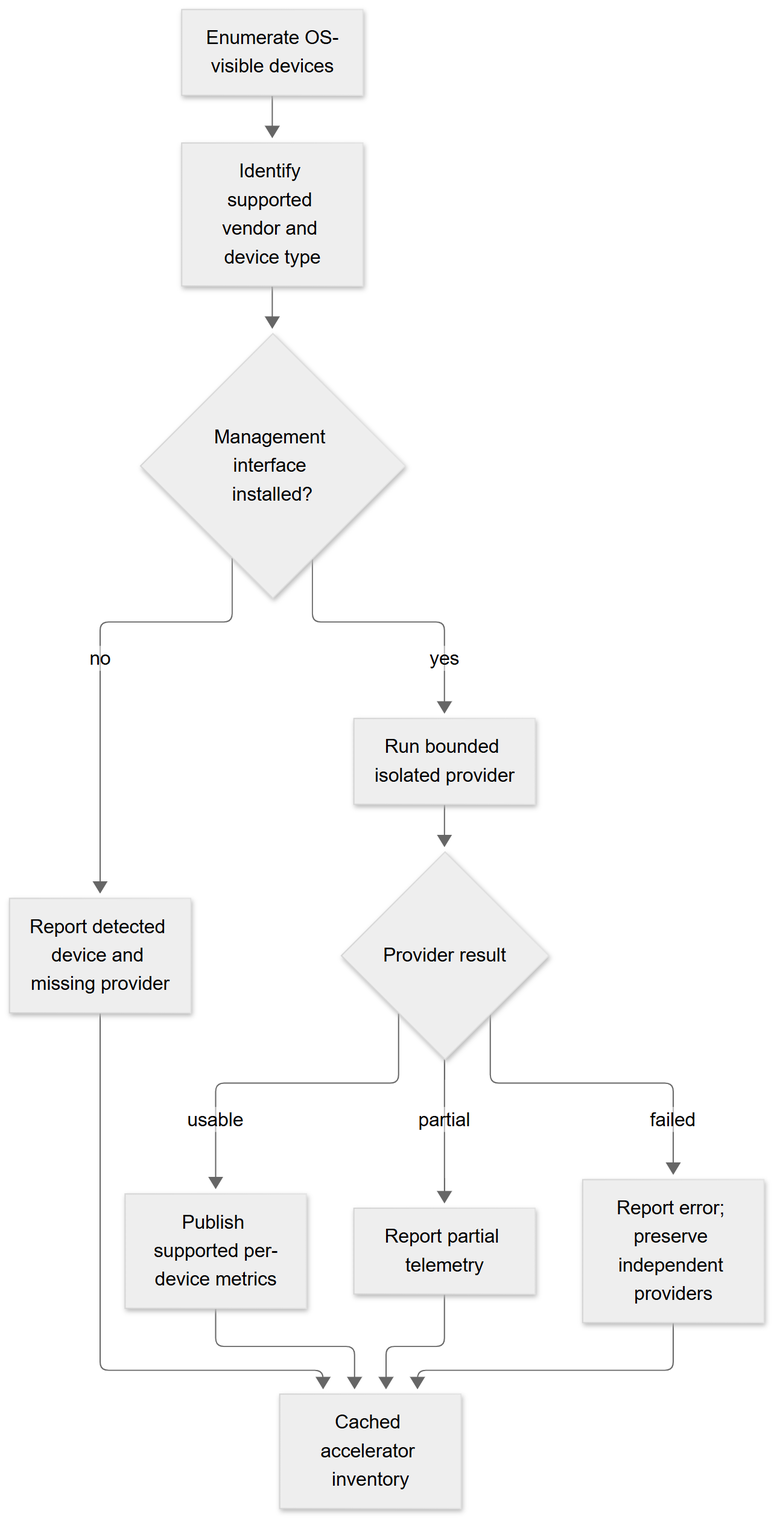
The Mermaid diagram docs/assets/diagrams/accelerator-discovery.png in smuniharish/resourcera, before a commit. Its source is kept beside it as diagrams/accelerator-discovery.mmd. Its diagram source:
```mermaid
flowchart TD
    scan["Enumerate OS-visible devices"] --> identity["Identify supported vendor and device type"]
    identity --> interface{"Management interface installed?"}
    interface -- no --> missing["Report detected device and missing provider"]
    interface -- yes --> child["Run bounded isolated provider"]
    child --> result{"Provider result"}
    result -- usable --> telemetry["Publish supported per-device metrics"]
    result -- partial --> partial["Report partial telemetry"]
    result -- failed --> failed["Report error; preserve independent providers"]
    missing --> snapshot["Cached accelerator inventory"]
    telemetry --> snapshot
    partial --> snapshot
    failed --> snapshot
```
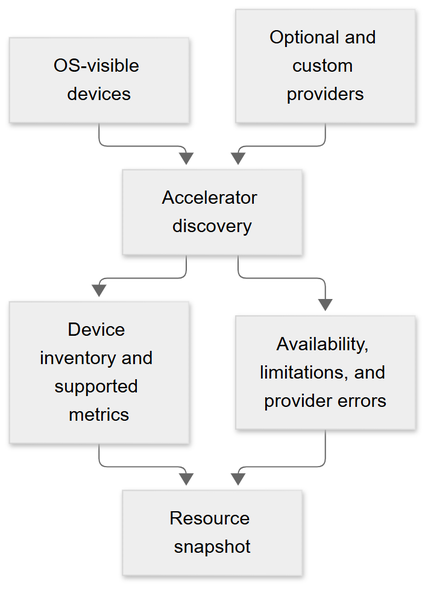
Later version of the same file.

Change to the diagram source:
```diff
@@ -1,13 +1,7 @@
 flowchart TD
-    scan["Enumerate OS-visible devices"] --> identity["Identify supported vendor and device type"]
-    identity --> interface{"Management interface installed?"}
-    interface -- no --> missing["Report detected device and missing provider"]
-    interface -- yes --> child["Run bounded isolated provider"]
-    child --> result{"Provider result"}
-    result -- usable --> telemetry["Publish supported per-device metrics"]
-    result -- partial --> partial["Report partial telemetry"]
-    result -- failed --> failed["Report error; preserve independent providers"]
-    missing --> snapshot["Cached accelerator inventory"]
-    telemetry --> snapshot
-    partial --> snapshot
-    failed --> snapshot
+    devices["OS-visible devices"] --> discovery["Accelerator discovery"]
+    providers["Optional and custom providers"] --> discovery
+    discovery --> inventory["Device inventory and supported metrics"]
+    discovery --> status["Availability, limitations, and provider errors"]
+    inventory --> snapshot["Resource snapshot"]
+    status --> snapshot
```
